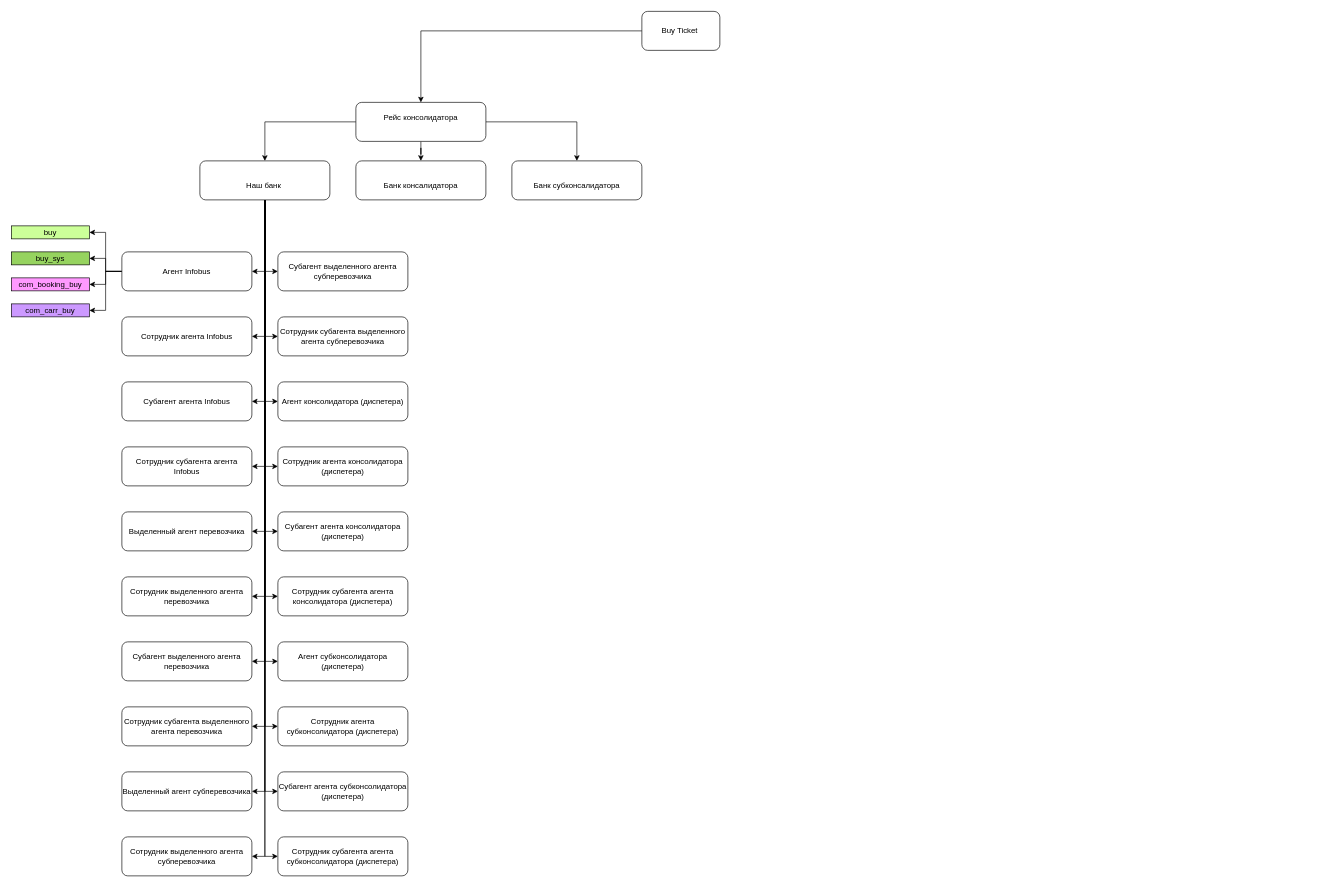
The draw.io diagram final_fixed_correct.drawio in fedyuchuktimothey/INFOBUS, before the edit. Source tidied: cells renumbered, new cells numbered last; positions are measured from the earlier drawing's top-left corner, leaving out a move shared by most shapes. Both pictures are drawn from the tidied source at 65%, with x=0, y=0 at pixel (11, 11).
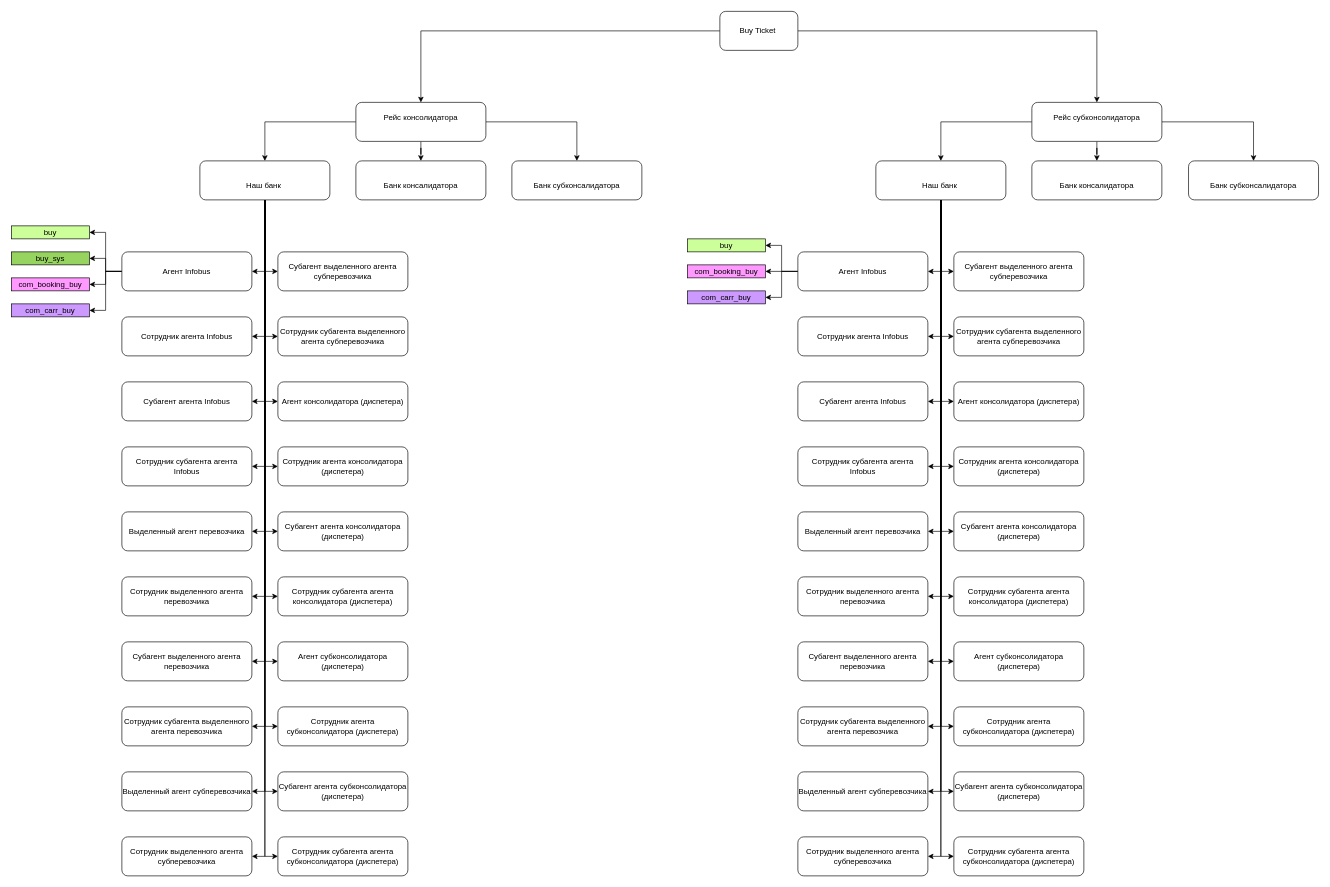
The same diagram, later.

Diff of the diagram source:
```diff
@@
+    <mxCell id="60" style="edgeStyle=orthogonalEdgeStyle;rounded=0;jettySize=auto;html=1;entryX=0.5;entryY=0;entryDx=0;entryDy=0;" parent="1" edge="1" source="30" target="64">
+      <mxGeometry relative="1" as="geometry" />
+    </mxCell>
     <mxCell id="30" value="Buy Ticket&amp;nbsp;" style="rounded=1;whiteSpace=wrap;html=1;" parent="1" vertex="1">
-      <mxGeometry x="970" width="120" height="60" as="geometry" />
+      <mxGeometry x="1090" width="120" height="60" as="geometry" />
     </mxCell>
@@
+    <mxCell id="61" style="edgeStyle=orthogonalEdgeStyle;rounded=0;jettySize=auto;html=1;entryX=0.5;entryY=0;entryDx=0;entryDy=0;" parent="1" edge="1" source="64" target="85">
+      <mxGeometry relative="1" as="geometry" />
+    </mxCell>
+    <mxCell id="62" style="edgeStyle=orthogonalEdgeStyle;rounded=0;jettySize=auto;html=1;entryX=0.5;entryY=0;entryDx=0;entryDy=0;" parent="1" edge="1" source="64" target="87">
+      <mxGeometry relative="1" as="geometry" />
+    </mxCell>
+    <mxCell id="63" style="edgeStyle=orthogonalEdgeStyle;rounded=0;jettySize=auto;html=1;entryX=0.5;entryY=0;entryDx=0;entryDy=0;" parent="1" edge="1" source="64" target="86">
+      <mxGeometry relative="1" as="geometry" />
+    </mxCell>
+    <mxCell id="64" value="Рейс субконсолидатора&#10;" style="shape=rectangle;whiteSpace=wrap;rounded=1;" parent="1" vertex="1">
+      <mxGeometry x="1570" y="140" width="200" height="60" as="geometry" />
+    </mxCell>
+    <mxCell id="65" style="edgeStyle=orthogonalEdgeStyle;rounded=0;jettySize=auto;html=1;entryX=1;entryY=0.5;entryDx=0;entryDy=0;" parent="1" edge="1" source="85" target="91">
+      <mxGeometry relative="1" as="geometry" />
+    </mxCell>
+    <mxCell id="66" style="edgeStyle=orthogonalEdgeStyle;rounded=0;jettySize=auto;html=1;entryX=1;entryY=0.5;entryDx=0;entryDy=0;" parent="1" edge="1" source="85" target="92">
+      <mxGeometry relative="1" as="geometry" />
+    </mxCell>
+    <mxCell id="67" style="edgeStyle=orthogonalEdgeStyle;rounded=0;jettySize=auto;html=1;entryX=1;entryY=0.5;entryDx=0;entryDy=0;" parent="1" edge="1" source="85" target="110">
+      <mxGeometry relative="1" as="geometry" />
+    </mxCell>
+    <mxCell id="68" style="edgeStyle=orthogonalEdgeStyle;rounded=0;jettySize=auto;html=1;entryX=0;entryY=0.5;entryDx=0;entryDy=0;" parent="1" edge="1" source="85" target="100">
+      <mxGeometry relative="1" as="geometry" />
+    </mxCell>
+    <mxCell id="69" style="edgeStyle=orthogonalEdgeStyle;rounded=0;jettySize=auto;html=1;entryX=0;entryY=0.5;entryDx=0;entryDy=0;" parent="1" edge="1" source="85" target="101">
+      <mxGeometry relative="1" as="geometry" />
+    </mxCell>
+    <mxCell id="70" style="edgeStyle=orthogonalEdgeStyle;rounded=0;jettySize=auto;html=1;entryX=0;entryY=0.5;entryDx=0;entryDy=0;" parent="1" edge="1" source="85" target="102">
+      <mxGeometry relative="1" as="geometry" />
+    </mxCell>
+    <mxCell id="71" style="edgeStyle=orthogonalEdgeStyle;rounded=0;jettySize=auto;html=1;entryX=1;entryY=0.5;entryDx=0;entryDy=0;" parent="1" edge="1" source="85" target="93">
+      <mxGeometry relative="1" as="geometry" />
+    </mxCell>
+    <mxCell id="72" style="edgeStyle=orthogonalEdgeStyle;rounded=0;jettySize=auto;html=1;entryX=0;entryY=0.5;entryDx=0;entryDy=0;" parent="1" edge="1" source="85" target="103">
+      <mxGeometry relative="1" as="geometry" />
+    </mxCell>
+    <mxCell id="73" style="edgeStyle=orthogonalEdgeStyle;rounded=0;jettySize=auto;html=1;entryX=1;entryY=0.5;entryDx=0;entryDy=0;" parent="1" edge="1" source="85" target="94">
+      <mxGeometry relative="1" as="geometry" />
+    </mxCell>
+    <mxCell id="74" style="edgeStyle=orthogonalEdgeStyle;rounded=0;jettySize=auto;html=1;entryX=1;entryY=0.5;entryDx=0;entryDy=0;" parent="1" edge="1" source="85" target="95">
+      <mxGeometry relative="1" as="geometry" />
+    </mxCell>
+    <mxCell id="75" style="edgeStyle=orthogonalEdgeStyle;rounded=0;jettySize=auto;html=1;entryX=1;entryY=0.5;entryDx=0;entryDy=0;" parent="1" edge="1" source="85" target="96">
+      <mxGeometry relative="1" as="geometry" />
+    </mxCell>
+    <mxCell id="76" style="edgeStyle=orthogonalEdgeStyle;rounded=0;jettySize=auto;html=1;entryX=1;entryY=0.5;entryDx=0;entryDy=0;" parent="1" edge="1" source="85" target="97">
+      <mxGeometry relative="1" as="geometry" />
+    </mxCell>
+    <mxCell id="77" style="edgeStyle=orthogonalEdgeStyle;rounded=0;jettySize=auto;html=1;entryX=1;entryY=0.5;entryDx=0;entryDy=0;" parent="1" edge="1" source="85" target="98">
+      <mxGeometry relative="1" as="geometry" />
+    </mxCell>
+    <mxCell id="78" style="edgeStyle=orthogonalEdgeStyle;rounded=0;jettySize=auto;html=1;entryX=1;entryY=0.5;entryDx=0;entryDy=0;" parent="1" edge="1" source="85" target="99">
+      <mxGeometry relative="1" as="geometry" />
+    </mxCell>
+    <mxCell id="79" style="edgeStyle=orthogonalEdgeStyle;rounded=0;jettySize=auto;html=1;entryX=0;entryY=0.5;entryDx=0;entryDy=0;" parent="1" edge="1" source="85" target="109">
+      <mxGeometry relative="1" as="geometry" />
+    </mxCell>
+    <mxCell id="80" style="edgeStyle=orthogonalEdgeStyle;rounded=0;jettySize=auto;html=1;entryX=0;entryY=0.5;entryDx=0;entryDy=0;" parent="1" edge="1" source="85" target="104">
+      <mxGeometry relative="1" as="geometry" />
+    </mxCell>
+    <mxCell id="81" style="edgeStyle=orthogonalEdgeStyle;rounded=0;jettySize=auto;html=1;entryX=0;entryY=0.5;entryDx=0;entryDy=0;" parent="1" edge="1" source="85" target="105">
+      <mxGeometry relative="1" as="geometry" />
+    </mxCell>
+    <mxCell id="82" style="edgeStyle=orthogonalEdgeStyle;rounded=0;jettySize=auto;html=1;entryX=0;entryY=0.5;entryDx=0;entryDy=0;" parent="1" edge="1" source="85" target="106">
+      <mxGeometry relative="1" as="geometry" />
+    </mxCell>
+    <mxCell id="83" style="edgeStyle=orthogonalEdgeStyle;rounded=0;jettySize=auto;html=1;entryX=0;entryY=0.5;entryDx=0;entryDy=0;" parent="1" edge="1" source="85" target="107">
+      <mxGeometry relative="1" as="geometry" />
+    </mxCell>
+    <mxCell id="84" style="edgeStyle=orthogonalEdgeStyle;rounded=0;jettySize=auto;html=1;entryX=0;entryY=0.5;entryDx=0;entryDy=0;" parent="1" edge="1" source="85" target="108">
+      <mxGeometry relative="1" as="geometry" />
+    </mxCell>
+    <mxCell id="85" value="&#10;Наш банк " style="shape=rectangle;whiteSpace=wrap;rounded=1;" parent="1" vertex="1">
+      <mxGeometry x="1330" y="230" width="200" height="60" as="geometry" />
+    </mxCell>
+    <mxCell id="86" value="&#10;Банк субконсалидатора" style="shape=rectangle;whiteSpace=wrap;rounded=1;" parent="1" vertex="1">
+      <mxGeometry x="1811" y="230" width="200" height="60" as="geometry" />
+    </mxCell>
+    <mxCell id="87" value="&#10;Банк консалидатора" style="shape=rectangle;whiteSpace=wrap;rounded=1;" parent="1" vertex="1">
+      <mxGeometry x="1570" y="230" width="200" height="60" as="geometry" />
+    </mxCell>
+    <mxCell id="88" style="edgeStyle=orthogonalEdgeStyle;rounded=0;jettySize=auto;html=1;entryX=1;entryY=0.5;entryDx=0;entryDy=0;" parent="1" edge="1" source="91" target="111">
+      <mxGeometry relative="1" as="geometry" />
+    </mxCell>
+    <mxCell id="89" style="edgeStyle=orthogonalEdgeStyle;rounded=0;jettySize=auto;html=1;entryX=1;entryY=0.5;entryDx=0;entryDy=0;" parent="1" edge="1" source="91" target="112">
+      <mxGeometry relative="1" as="geometry" />
+    </mxCell>
+    <mxCell id="90" style="edgeStyle=orthogonalEdgeStyle;rounded=0;jettySize=auto;html=1;entryX=1;entryY=0.5;entryDx=0;entryDy=0;" parent="1" edge="1" source="91" target="113">
+      <mxGeometry relative="1" as="geometry" />
+    </mxCell>
+    <mxCell id="91" value="Агент Infobus" style="shape=rectangle;whiteSpace=wrap;rounded=1;" parent="1" vertex="1">
+      <mxGeometry x="1210" y="370" width="200" height="60" as="geometry" />
+    </mxCell>
+    <mxCell id="92" value="Сотрудник агента Infobus" style="shape=rectangle;whiteSpace=wrap;rounded=1;" parent="1" vertex="1">
+      <mxGeometry x="1210" y="470" width="200" height="60" as="geometry" />
+    </mxCell>
+    <mxCell id="93" value="Сотрудник субагента агента Infobus" style="shape=rectangle;whiteSpace=wrap;rounded=1;" parent="1" vertex="1">
+      <mxGeometry x="1210" y="670" width="200" height="60" as="geometry" />
+    </mxCell>
+    <mxCell id="94" value="Выделенный агент перевозчика" style="shape=rectangle;whiteSpace=wrap;rounded=1;" parent="1" vertex="1">
+      <mxGeometry x="1210" y="770" width="200" height="60" as="geometry" />
+    </mxCell>
+    <mxCell id="95" value="Сотрудник выделенного агента перевозчика" style="shape=rectangle;whiteSpace=wrap;rounded=1;" parent="1" vertex="1">
+      <mxGeometry x="1210" y="870" width="200" height="60" as="geometry" />
+    </mxCell>
+    <mxCell id="96" value="Субагент выделенного агента перевозчика" style="shape=rectangle;whiteSpace=wrap;rounded=1;" parent="1" vertex="1">
+      <mxGeometry x="1210" y="970" width="200" height="60" as="geometry" />
+    </mxCell>
+    <mxCell id="97" value="Сотрудник субагента выделенного агента перевозчика" style="shape=rectangle;whiteSpace=wrap;rounded=1;" parent="1" vertex="1">
+      <mxGeometry x="1210" y="1070" width="200" height="60" as="geometry" />
+    </mxCell>
+    <mxCell id="98" value="Выделенный агент субперевозчика" style="shape=rectangle;whiteSpace=wrap;rounded=1;" parent="1" vertex="1">
+      <mxGeometry x="1210" y="1170" width="200" height="60" as="geometry" />
+    </mxCell>
+    <mxCell id="99" value="Сотрудник выделенного агента субперевозчика" style="shape=rectangle;whiteSpace=wrap;rounded=1;" parent="1" vertex="1">
+      <mxGeometry x="1210" y="1270" width="200" height="60" as="geometry" />
+    </mxCell>
+    <mxCell id="100" value="Субагент выделенного агента субперевозчика" style="shape=rectangle;whiteSpace=wrap;rounded=1;" parent="1" vertex="1">
+      <mxGeometry x="1450" y="370" width="200" height="60" as="geometry" />
+    </mxCell>
+    <mxCell id="101" value="Сотрудник субагента выделенного агента субперевозчика" style="shape=rectangle;whiteSpace=wrap;rounded=1;" parent="1" vertex="1">
+      <mxGeometry x="1450" y="470" width="200" height="60" as="geometry" />
+    </mxCell>
+    <mxCell id="102" value="Агент консолидатора (диспетера)" style="shape=rectangle;whiteSpace=wrap;rounded=1;" parent="1" vertex="1">
+      <mxGeometry x="1450" y="570" width="200" height="60" as="geometry" />
+    </mxCell>
+    <mxCell id="103" value="Сотрудник агента консолидатора (диспетера)" style="shape=rectangle;whiteSpace=wrap;rounded=1;" parent="1" vertex="1">
+      <mxGeometry x="1450" y="670" width="200" height="60" as="geometry" />
+    </mxCell>
+    <mxCell id="104" value="Субагент агента консолидатора (диспетера)" style="shape=rectangle;whiteSpace=wrap;rounded=1;" parent="1" vertex="1">
+      <mxGeometry x="1450" y="770" width="200" height="60" as="geometry" />
+    </mxCell>
+    <mxCell id="105" value="Сотрудник субагента агента консолидатора (диспетера)" style="shape=rectangle;whiteSpace=wrap;rounded=1;" parent="1" vertex="1">
+      <mxGeometry x="1450" y="870" width="200" height="60" as="geometry" />
+    </mxCell>
+    <mxCell id="106" value="Агент субконсолидатора (диспетера)" style="shape=rectangle;whiteSpace=wrap;rounded=1;" parent="1" vertex="1">
+      <mxGeometry x="1450" y="970" width="200" height="60" as="geometry" />
+    </mxCell>
+    <mxCell id="107" value="Сотрудник агента субконсолидатора (диспетера)" style="shape=rectangle;whiteSpace=wrap;rounded=1;" parent="1" vertex="1">
+      <mxGeometry x="1450" y="1070" width="200" height="60" as="geometry" />
+    </mxCell>
+    <mxCell id="108" value="Субагент агента субконсолидатора (диспетера)" style="shape=rectangle;whiteSpace=wrap;rounded=1;" parent="1" vertex="1">
+      <mxGeometry x="1450" y="1170" width="200" height="60" as="geometry" />
+    </mxCell>
+    <mxCell id="109" value="Сотрудник субагента агента субконсолидатора (диспетера)" style="shape=rectangle;whiteSpace=wrap;rounded=1;" parent="1" vertex="1">
+      <mxGeometry x="1450" y="1270" width="200" height="60" as="geometry" />
+    </mxCell>
+    <mxCell id="110" value="Субагент агента Infobus" style="shape=rectangle;whiteSpace=wrap;rounded=1;" parent="1" vertex="1">
+      <mxGeometry x="1210" y="570" width="200" height="60" as="geometry" />
+    </mxCell>
+    <mxCell id="111" value="buy" style="rounded=0;whiteSpace=wrap;html=1;fillColor=light-dark(#CCFF99,var(--ge-dark-color, #121212));" parent="1" vertex="1">
+      <mxGeometry x="1040" y="350" width="120" height="20" as="geometry" />
+    </mxCell>
+    <mxCell id="112" value="com_carr_buy" style="rounded=0;whiteSpace=wrap;html=1;fillColor=light-dark(#CC99FF,var(--ge-dark-color, #121212));" parent="1" vertex="1">
+      <mxGeometry x="1040" y="430" width="120" height="20" as="geometry" />
+    </mxCell>
+    <mxCell id="113" value="com_booking_buy" style="rounded=0;whiteSpace=wrap;html=1;fillColor=light-dark(#FF99FF,var(--ge-dark-color, #121212));" parent="1" vertex="1">
+      <mxGeometry x="1040" y="390" width="120" height="20" as="geometry" />
+    </mxCell>
```
